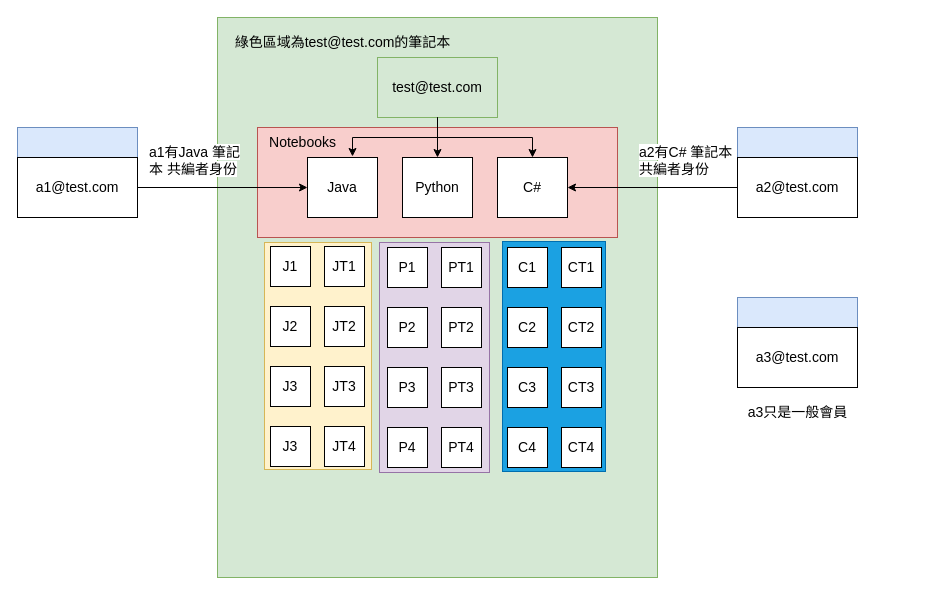
Above: page "DB測試用資料關係圖" (3 of 3) of LinkNoteERD.drawio in joeyliao127/LinkNote2.0 (draw.io), before the change. Source tidied: cells renumbered, new cells numbered last; positions are measured from the earlier drawing's top-left corner, leaving out a move shared by most shapes. Both pictures are drawn from the tidied source at 100%, with x=0, y=0 at pixel (17, 17).
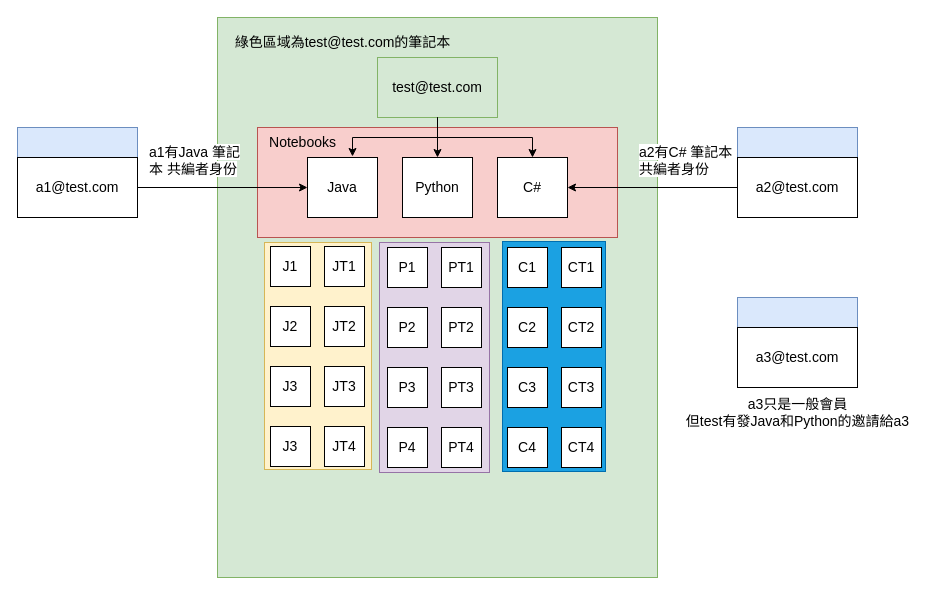
The same page after the edit.

What changed in the source:
```diff
@@
-    <mxCell id="54" value="a3只是一般會員" style="text;html=1;align=center;verticalAlign=middle;strokeColor=none;fillColor=none;fontSize=14;" parent="1" vertex="1">
-      <mxGeometry x="720" y="380" width="120" height="30" as="geometry" />
+    <mxCell id="54" value="a3只是一般會員&lt;br&gt;但test有發Java和Python的邀請給a3" style="text;html=1;align=center;verticalAlign=middle;strokeColor=none;fillColor=none;fontSize=14;" parent="1" vertex="1">
+      <mxGeometry x="655" y="370" width="250" height="50" as="geometry" />
     </mxCell>
```
